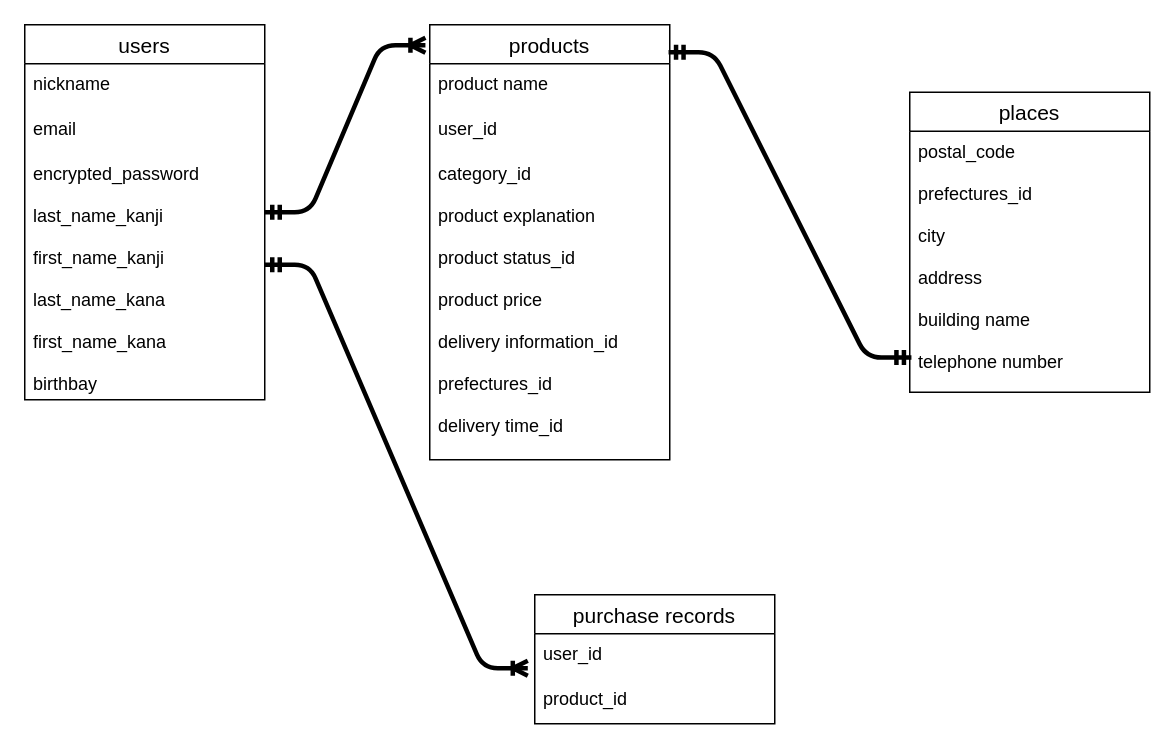
Earlier version of the draw.io diagram ER図.dio (nicole0818/furima-35637). Source tidied: cells renumbered, new cells numbered last; positions are measured from the earlier drawing's top-left corner, leaving out a move shared by most shapes. Both pictures are drawn from the tidied source at 150%, with x=0, y=0 at pixel (24, 24).
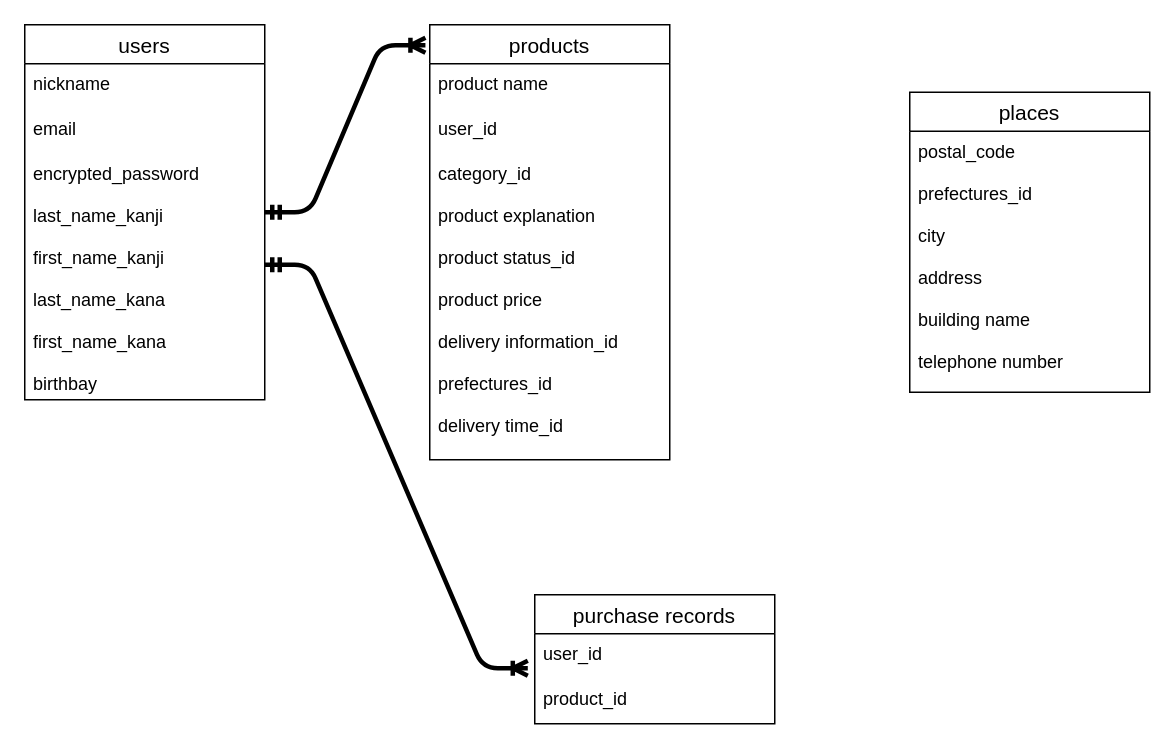
Above is the later version.

The edit, as a diff of the source:
```diff
@@
 <mxGraphModel>
   <root>
     <mxCell id="0" />
     <mxCell id="1" parent="0" />
     <mxCell id="2" value="users" style="swimlane;fontStyle=0;horizontal=1;startSize=26;align=center;fontSize=14;" parent="1" vertex="1">
       <mxGeometry width="160" height="250" as="geometry" />
     </mxCell>
     <mxCell id="3" value="nickname" style="text;strokeColor=none;fillColor=none;spacingLeft=4;spacingRight=4;overflow=hidden;fontSize=12;" parent="2" vertex="1">
       <mxGeometry y="26" width="160" height="30" as="geometry" />
     </mxCell>
     <mxCell id="4" value="email" style="text;strokeColor=none;fillColor=none;spacingLeft=4;spacingRight=4;overflow=hidden;fontSize=12;" parent="2" vertex="1">
       <mxGeometry y="56" width="160" height="30" as="geometry" />
     </mxCell>
     <mxCell id="5" value="encrypted_password&#10;&#10;last_name_kanji&#10;&#10;first_name_kanji&#10;&#10;last_name_kana&#10;&#10;first_name_kana&#10;&#10;birthbay" style="text;strokeColor=none;fillColor=none;spacingLeft=4;spacingRight=4;overflow=hidden;fontSize=12;" parent="2" vertex="1">
       <mxGeometry y="86" width="160" height="164" as="geometry" />
     </mxCell>
     <mxCell id="6" value="products" style="swimlane;fontStyle=0;horizontal=1;startSize=26;align=center;fontSize=14;" parent="1" vertex="1">
       <mxGeometry x="270" width="160" height="290" as="geometry" />
     </mxCell>
     <mxCell id="7" value="product name" style="text;strokeColor=none;fillColor=none;spacingLeft=4;spacingRight=4;overflow=hidden;fontSize=12;" parent="6" vertex="1">
       <mxGeometry y="26" width="160" height="30" as="geometry" />
     </mxCell>
     <mxCell id="8" value="user_id" style="text;strokeColor=none;fillColor=none;spacingLeft=4;spacingRight=4;overflow=hidden;fontSize=12;" parent="6" vertex="1">
       <mxGeometry y="56" width="160" height="30" as="geometry" />
     </mxCell>
     <mxCell id="9" value="category_id&#10;&#10;product explanation&#10;&#10;product status_id&#10;&#10;product price&#10;&#10;delivery information_id&#10;&#10;prefectures_id&#10;&#10;delivery time_id" style="text;strokeColor=none;fillColor=none;spacingLeft=4;spacingRight=4;overflow=hidden;fontSize=12;" parent="6" vertex="1">
       <mxGeometry y="86" width="160" height="204" as="geometry" />
     </mxCell>
     <mxCell id="10" value="places" style="swimlane;fontStyle=0;horizontal=1;startSize=26;align=center;fontSize=14;" parent="1" vertex="1">
       <mxGeometry x="590" y="45" width="160" height="200" as="geometry" />
     </mxCell>
     <mxCell id="11" value="postal_code&#10;&#10;prefectures_id&#10;&#10;city&#10;&#10;address&#10;&#10;building name&#10;&#10;telephone number" style="text;strokeColor=none;fillColor=none;spacingLeft=4;spacingRight=4;overflow=hidden;points=[[0,0.5],[1,0.5]];portConstraint=eastwest;fontSize=12;" parent="10" vertex="1">
       <mxGeometry y="26" width="160" height="174" as="geometry" />
     </mxCell>
     <mxCell id="12" value="purchase records" style="swimlane;fontStyle=0;horizontal=1;startSize=26;align=center;fontSize=14;" parent="1" vertex="1">
       <mxGeometry x="340" y="380" width="160" height="86" as="geometry" />
     </mxCell>
     <mxCell id="13" value="user_id" style="text;strokeColor=none;fillColor=none;spacingLeft=4;spacingRight=4;overflow=hidden;points=[[0,0.5],[1,0.5]];portConstraint=eastwest;fontSize=12;" parent="12" vertex="1">
       <mxGeometry y="26" width="160" height="30" as="geometry" />
     </mxCell>
     <mxCell id="14" value="product_id" style="text;strokeColor=none;fillColor=none;spacingLeft=4;spacingRight=4;overflow=hidden;fontSize=12;" parent="12" vertex="1">
       <mxGeometry y="56" width="160" height="30" as="geometry" />
     </mxCell>
     <mxCell id="15" style="edgeStyle=entityRelationEdgeStyle;fontSize=12;html=1;endArrow=ERoneToMany;startArrow=ERmandOne;strokeWidth=3;entryX=-0.018;entryY=0.047;entryDx=0;entryDy=0;entryPerimeter=0;" parent="1" edge="1" source="2" target="6">
       <mxGeometry relative="1" as="geometry" />
     </mxCell>
     <mxCell id="16" style="edgeStyle=entityRelationEdgeStyle;fontSize=12;html=1;endArrow=ERoneToMany;startArrow=ERmandOne;strokeWidth=3;entryX=-0.029;entryY=0.765;entryDx=0;entryDy=0;entryPerimeter=0;" parent="1" edge="1" target="13">
       <mxGeometry relative="1" as="geometry">
         <mxPoint x="160" y="160" as="sourcePoint" />
       </mxGeometry>
     </mxCell>
-    <mxCell id="17" style="edgeStyle=entityRelationEdgeStyle;fontSize=12;html=1;endArrow=ERmandOne;startArrow=ERmandOne;strokeWidth=3;exitX=0.995;exitY=0.063;exitDx=0;exitDy=0;entryX=0.007;entryY=0.867;entryDx=0;entryDy=0;entryPerimeter=0;exitPerimeter=0;" parent="1" edge="1" source="6" target="11">
-      <mxGeometry relative="1" as="geometry" />
-    </mxCell>
   </root>
 </mxGraphModel>
```
